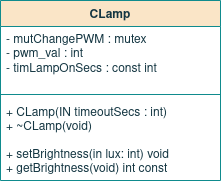
This is report/images/09sw_specification/LS/clamp/class.png from ESRGgroup9/slipad, a draw.io export, as it was before one commit. Source tidied: cells renumbered, new cells last; positions are measured from the earlier drawing's top-left corner, leaving out a move shared by most shapes.
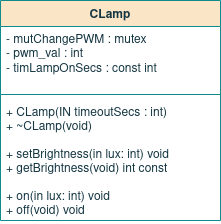
The same diagram one commit later.

What changed in the source:
```diff
@@ -3,7 +3,7 @@
     <mxCell id="0" />
     <mxCell id="1" parent="0" />
     <mxCell id="2" value="CLamp" style="swimlane;fontStyle=1;align=center;verticalAlign=top;horizontal=1;startSize=26;fillColor=#FAE5C7;strokeColor=#0F8B8D;fontColor=#143642;" parent="1" vertex="1">
-      <mxGeometry width="220" height="180" as="geometry" />
+      <mxGeometry width="220" height="220" as="geometry" />
     </mxCell>
     <mxCell id="3" value="- mutChangePWM : mutex&lt;br&gt;- pwm_val : int&lt;br&gt;- timLampOnSecs : const int" style="text;strokeColor=none;fillColor=none;align=left;verticalAlign=top;spacingLeft=4;spacingRight=4;overflow=hidden;fontColor=#143642;fontStyle=0;html=1;" parent="2" vertex="1">
       <mxGeometry y="26" width="220" height="64" as="geometry" />
@@ -11,8 +11,8 @@
     <mxCell id="4" style="line;strokeWidth=1;fillColor=none;align=left;verticalAlign=middle;spacingTop=-1;spacingLeft=3;spacingRight=3;labelPosition=right;labelBackgroundColor=#DAD2D8;strokeColor=#0F8B8D;fontColor=#143642;" parent="2" vertex="1">
       <mxGeometry y="90" width="220" height="8" as="geometry" />
     </mxCell>
-    <mxCell id="5" value="+ CLamp(IN timeoutSecs : int)&#10;+ ~CLamp(void)&#10;&#10;+ setBrightness(in lux: int) void&#10;+ getBrightness(void) int const&#10;&#10;&#10;&#10;" style="text;strokeColor=none;fillColor=none;align=left;verticalAlign=top;spacingLeft=4;spacingRight=4;overflow=hidden;fontColor=#143642;" parent="2" vertex="1">
-      <mxGeometry y="98" width="220" height="82" as="geometry" />
+    <mxCell id="5" value="+ CLamp(IN timeoutSecs : int)&#10;+ ~CLamp(void)&#10;&#10;+ setBrightness(in lux: int) void&#10;+ getBrightness(void) int const&#10;&#10;+ on(in lux: int) void&#10;+ off(void) void&#10;&#10;&#10;&#10;&#10;" style="text;strokeColor=none;fillColor=none;align=left;verticalAlign=top;spacingLeft=4;spacingRight=4;overflow=hidden;fontColor=#143642;" parent="2" vertex="1">
+      <mxGeometry y="98" width="220" height="122" as="geometry" />
     </mxCell>
   </root>
 </mxGraphModel>
```
